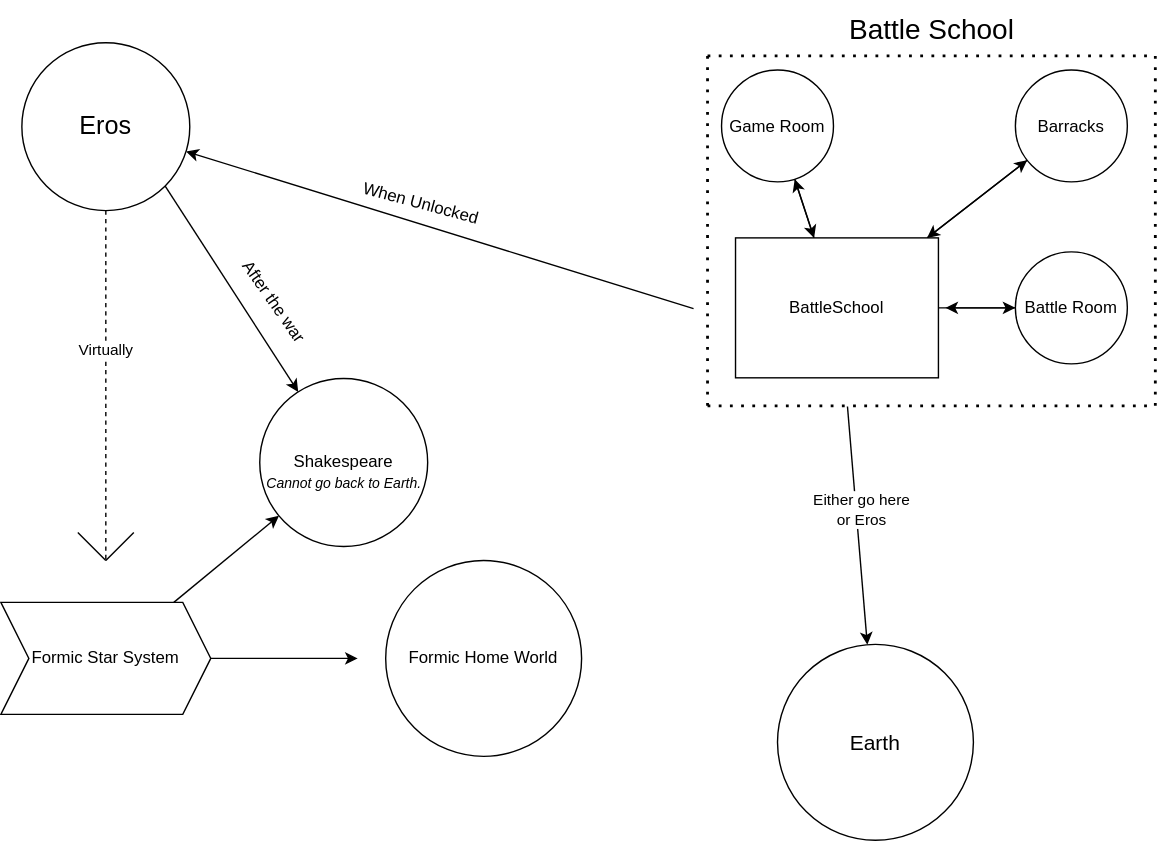
Clayal10/enders_game keeps this draw.io diagram as apps/server/spec/enders-game-map.drawio.svg. Above is the earlier version. Source tidied: cells renumbered, new cells last; positions are measured from the earlier drawing's top-left corner, leaving out a move shared by most shapes.
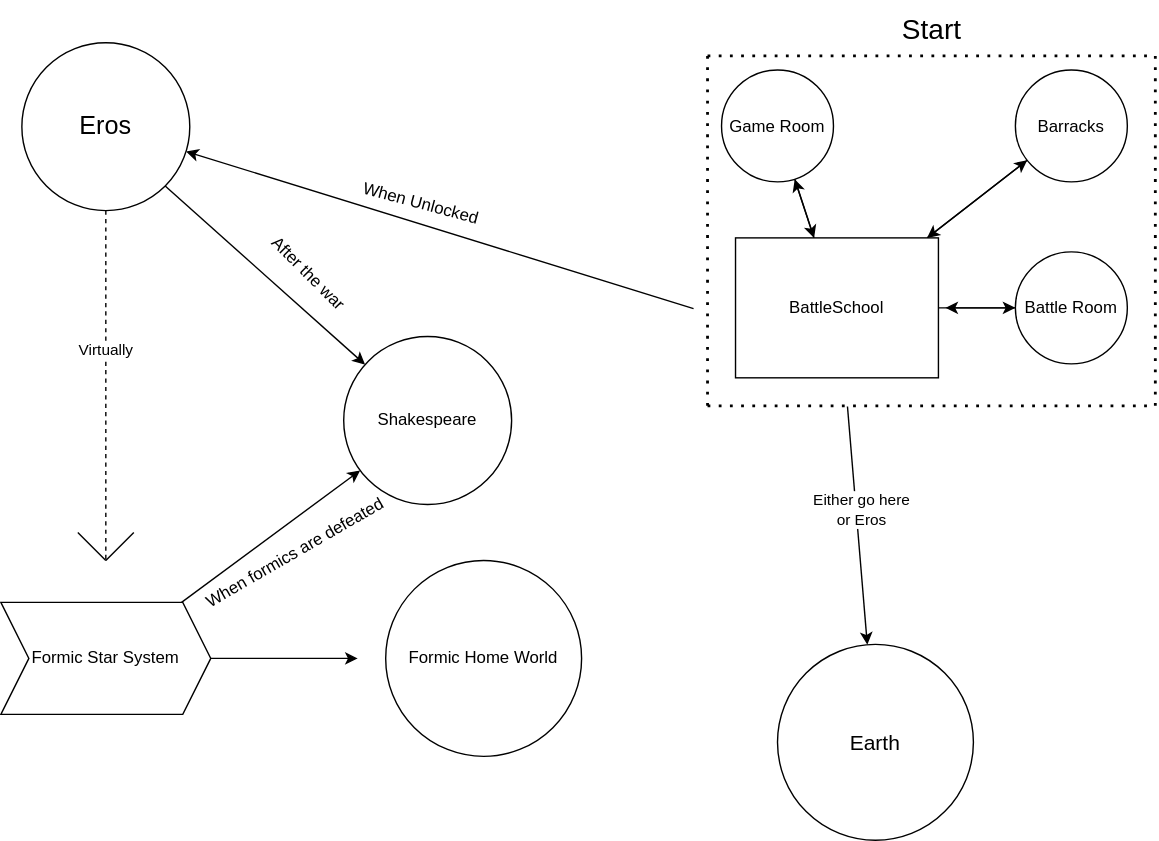
Later version of the same file.

What changed in the source:
```diff
@@ -41,8 +41,8 @@
         <mxPoint x="825" y="39.5" as="targetPoint" />
       </mxGeometry>
     </mxCell>
-    <mxCell id="10" value="&lt;font style=&quot;font-size: 20px;&quot;&gt;Battle School&lt;/font&gt;" style="text;html=1;align=center;verticalAlign=middle;strokeColor=none;fillColor=none;" parent="1" vertex="1">
-      <mxGeometry x="595" y="-0.5" width="140" height="40" as="geometry" />
+    <mxCell id="10" value="&lt;font style=&quot;font-size: 20px;&quot;&gt;Start&lt;/font&gt;" style="text;html=1;align=center;verticalAlign=middle;strokeColor=none;fillColor=none;" parent="1" vertex="1">
+      <mxGeometry x="630" y="-0.5" width="70" height="40" as="geometry" />
     </mxCell>
     <mxCell id="11" style="edgeStyle=none;html=1;" parent="1" edge="1" target="13">
       <mxGeometry relative="1" as="geometry">
@@ -93,14 +93,11 @@
       <mxGeometry x="275" y="400" width="140" height="140" as="geometry" />
     </mxCell>
     <mxCell id="23" value="Shakespeare" style="ellipse;whiteSpace=wrap;html=1;" parent="1" vertex="1">
-      <mxGeometry x="185" y="270" width="120" height="120" as="geometry" />
+      <mxGeometry x="245" y="240" width="120" height="120" as="geometry" />
     </mxCell>
-    <mxCell id="24" value="After the war" style="text;html=1;align=center;verticalAlign=middle;strokeColor=none;fillColor=none;rotation=55;" parent="1" vertex="1">
-      <mxGeometry x="150" y="200" width="90" height="30" as="geometry" />
+    <mxCell id="24" value="After the war" style="text;html=1;align=center;verticalAlign=middle;strokeColor=none;fillColor=none;rotation=45;" parent="1" vertex="1">
+      <mxGeometry x="175" y="179.5" width="90" height="30" as="geometry" />
     </mxCell>
-    <mxCell id="25" value="&lt;i&gt;&lt;font style=&quot;font-size: 10px;&quot;&gt;Cannot go back to Earth.&lt;/font&gt;&lt;/i&gt;" style="text;html=1;align=center;verticalAlign=middle;strokeColor=none;fillColor=none;" parent="1" vertex="1">
-      <mxGeometry x="180" y="330" width="130" height="30" as="geometry" />
-    </mxCell>
     <mxCell id="26" style="endArrow=classic;html=1;" parent="1" edge="1" target="28">
       <mxGeometry relative="1" as="geometry">
         <mxPoint x="605" y="290" as="sourcePoint" />
@@ -132,5 +129,8 @@
     <mxCell id="34" value="Barracks" style="ellipse;whiteSpace=wrap;html=1;" parent="1" vertex="1">
       <mxGeometry x="725" y="49.5" width="80" height="80" as="geometry" />
     </mxCell>
+    <mxCell id="35" value="When formics are defeated" style="text;html=1;align=center;verticalAlign=middle;strokeColor=none;fillColor=none;rotation=-30;" parent="1" vertex="1">
+      <mxGeometry x="125" y="380" width="170" height="30" as="geometry" />
+    </mxCell>
   </root>
 </mxGraphModel>
```
